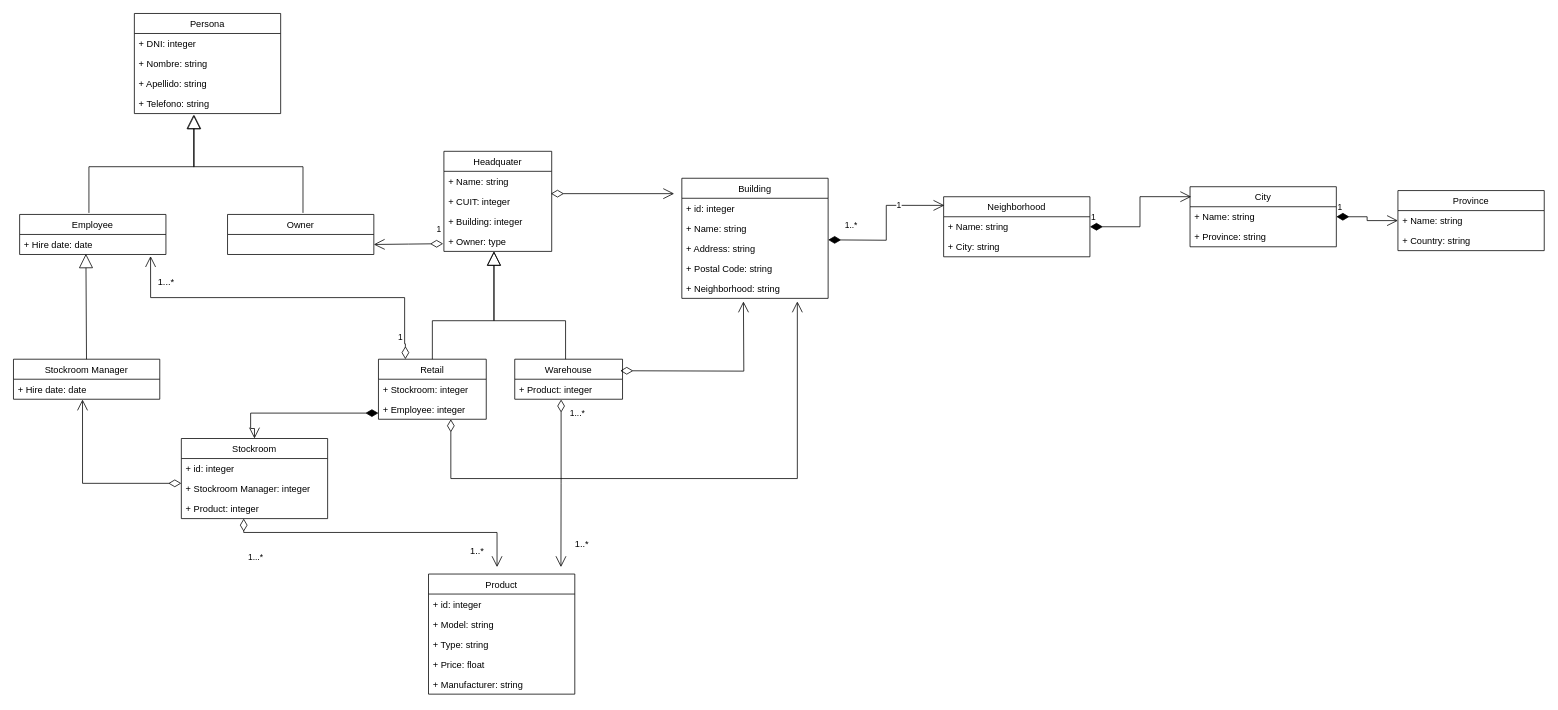
Before: Business Documentation/AllFasion_UML.drawio in quiaf/NAYI-Stockroom, a draw.io diagram. Source tidied: cells renumbered, new cells numbered last; positions are measured from the earlier drawing's top-left corner, leaving out a move shared by most shapes. Both pictures are drawn from the tidied source at 77%, with x=0, y=0 at pixel (13, 13).
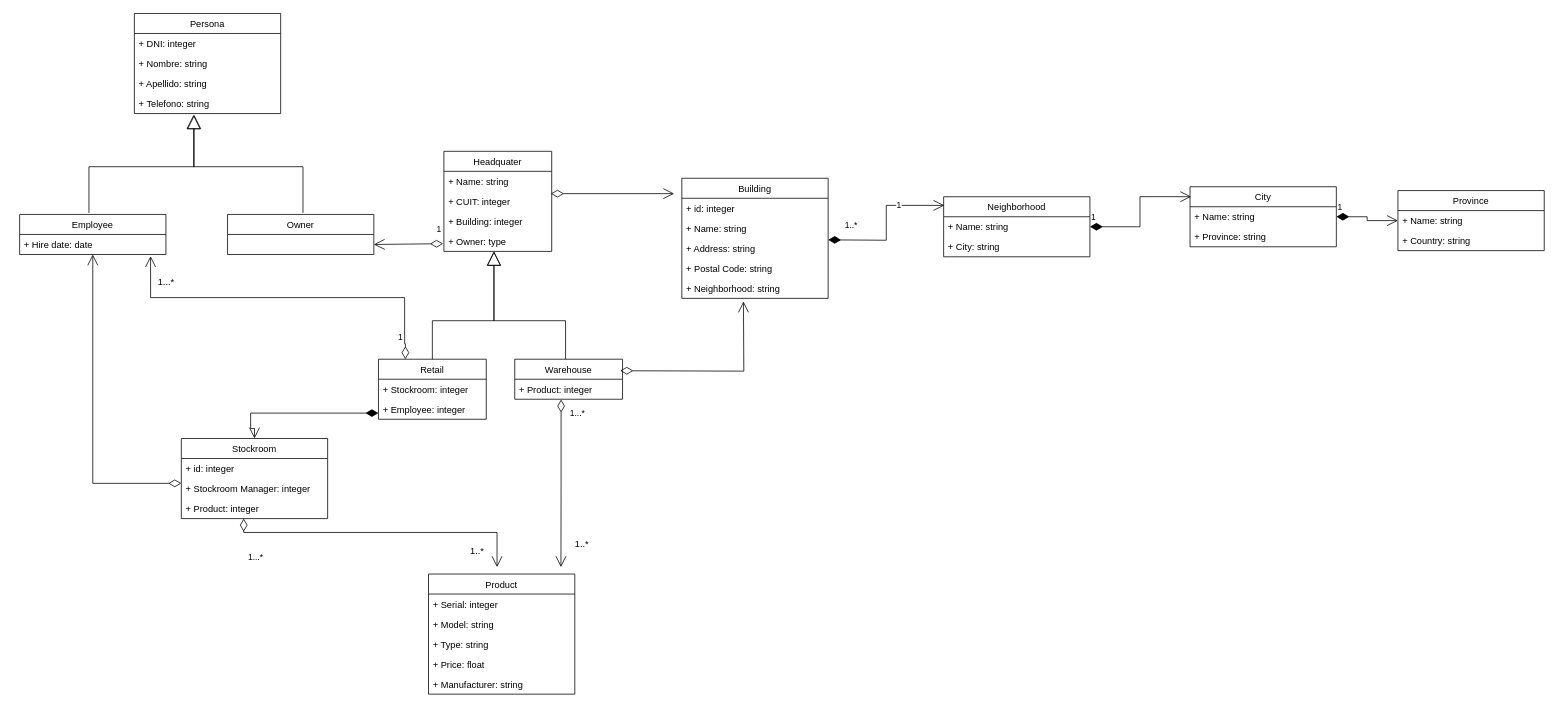
After the change.

Unchanged cells that the change refers to:
```xml
<mxCell id="7" value="Retail" style="swimlane;fontStyle=0;horizontal=1;startSize=26;fillColor=none;" parent="1" vertex="1">
  <mxGeometry x="474" y="449" width="140" height="78" as="geometry" />
</mxCell>
<mxCell id="12" value="+ Stockroom Manager: integer" style="text;strokeColor=none;fillColor=none;align=left;verticalAlign=top;spacingLeft=4;spacingRight=4;overflow=hidden;points=[[0,0.5],[1,0.5]];portConstraint=eastwest;" parent="10" vertex="1">
  <mxGeometry y="52" width="190" height="26" as="geometry" />
</mxCell>
<mxCell id="19" value="Product" style="swimlane;fontStyle=0;horizontal=1;startSize=26;fillColor=none;" parent="1" vertex="1">
  <mxGeometry x="539" y="728" width="190" height="156" as="geometry" />
</mxCell>
<mxCell id="26" value="Employee" style="swimlane;fontStyle=0;horizontal=1;startSize=26;fillColor=none;" parent="1" vertex="1">
  <mxGeometry x="8" y="261" width="190" height="52" as="geometry" />
</mxCell>
<mxCell id="27" value="+ Hire date: date" style="text;strokeColor=none;fillColor=none;align=left;verticalAlign=top;spacingLeft=4;spacingRight=4;overflow=hidden;points=[[0,0.5],[1,0.5]];portConstraint=eastwest;" parent="26" vertex="1">
  <mxGeometry y="26" width="190" height="26" as="geometry" />
</mxCell>
```

What changed in the source:
```diff
@@
-    <mxCell id="20" value="+ id: integer" style="text;strokeColor=none;fillColor=none;align=left;verticalAlign=top;spacingLeft=4;spacingRight=4;overflow=hidden;" parent="19" vertex="1">
+    <mxCell id="20" value="+ Serial: integer" style="text;strokeColor=none;fillColor=none;align=left;verticalAlign=top;spacingLeft=4;spacingRight=4;overflow=hidden;" parent="19" vertex="1">
       <mxGeometry y="26" width="190" height="26" as="geometry" />
     </mxCell>
@@
-    <mxCell id="34" value="Stockroom Manager" style="swimlane;fontStyle=0;horizontal=1;startSize=26;fillColor=none;" parent="1" vertex="1">
-      <mxGeometry y="449" width="190" height="52" as="geometry" />
-    </mxCell>
-    <mxCell id="35" value="+ Hire date: date" style="text;strokeColor=none;fillColor=none;align=left;verticalAlign=top;spacingLeft=4;spacingRight=4;overflow=hidden;points=[[0,0.5],[1,0.5]];portConstraint=eastwest;" parent="34" vertex="1">
-      <mxGeometry y="26" width="190" height="26" as="geometry" />
-    </mxCell>
@@
-    <mxCell id="48" style="endArrow=block;endSize=16;endFill=0;html=1;rounded=0;entryX=0.453;entryY=0.968;entryDx=0;entryDy=0;entryPerimeter=0;" parent="1" edge="1" source="34" target="27">
-      <mxGeometry relative="1" as="geometry" />
-    </mxCell>
@@
-    <mxCell id="52" style="endArrow=open;html=1;endSize=12;startArrow=diamondThin;startSize=14;startFill=0;edgeStyle=orthogonalEdgeStyle;align=left;verticalAlign=bottom;rounded=0;entryX=0.472;entryY=1.014;entryDx=0;entryDy=0;entryPerimeter=0;exitX=0;exitY=0.239;exitDx=0;exitDy=0;exitPerimeter=0;" parent="1" edge="1" source="12" target="35">
+    <mxCell id="52" style="endArrow=open;html=1;endSize=12;startArrow=diamondThin;startSize=14;startFill=0;edgeStyle=orthogonalEdgeStyle;align=left;verticalAlign=bottom;rounded=0;exitX=0;exitY=0.239;exitDx=0;exitDy=0;exitPerimeter=0;" parent="1" edge="1" source="12" target="26">
       <mxGeometry x="-0.76" y="-8" relative="1" as="geometry" />
     </mxCell>
@@
-    <mxCell id="57" style="endArrow=open;html=1;endSize=12;startArrow=diamondThin;startSize=14;startFill=0;edgeStyle=orthogonalEdgeStyle;align=left;verticalAlign=bottom;rounded=0;" parent="1" edge="1" source="7">
-      <mxGeometry x="-0.94" y="10" relative="1" as="geometry">
-        <mxPoint x="1018" y="374" as="targetPoint" />
-        <Array as="points">
-          <mxPoint x="568" y="604" />
-          <mxPoint x="1018" y="604" />
-        </Array>
-      </mxGeometry>
-    </mxCell>
```
